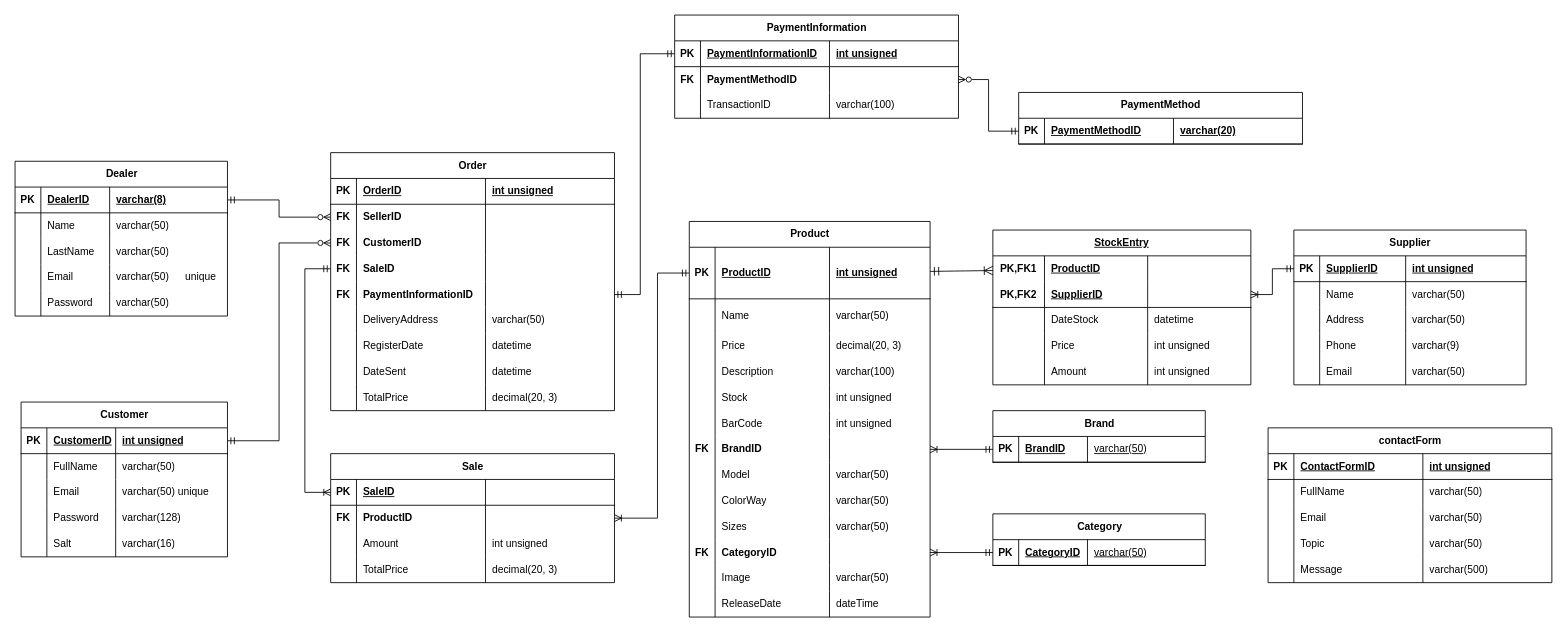
This is DataBase/thot.drawio from kurizuki/Minerva, a draw.io file, before an edit. Source tidied: cells renumbered, new cells numbered last; positions are measured from the earlier drawing's top-left corner, leaving out a move shared by most shapes. Both pictures are drawn from the tidied source at 86%, with x=0, y=0 at pixel (15, 15).
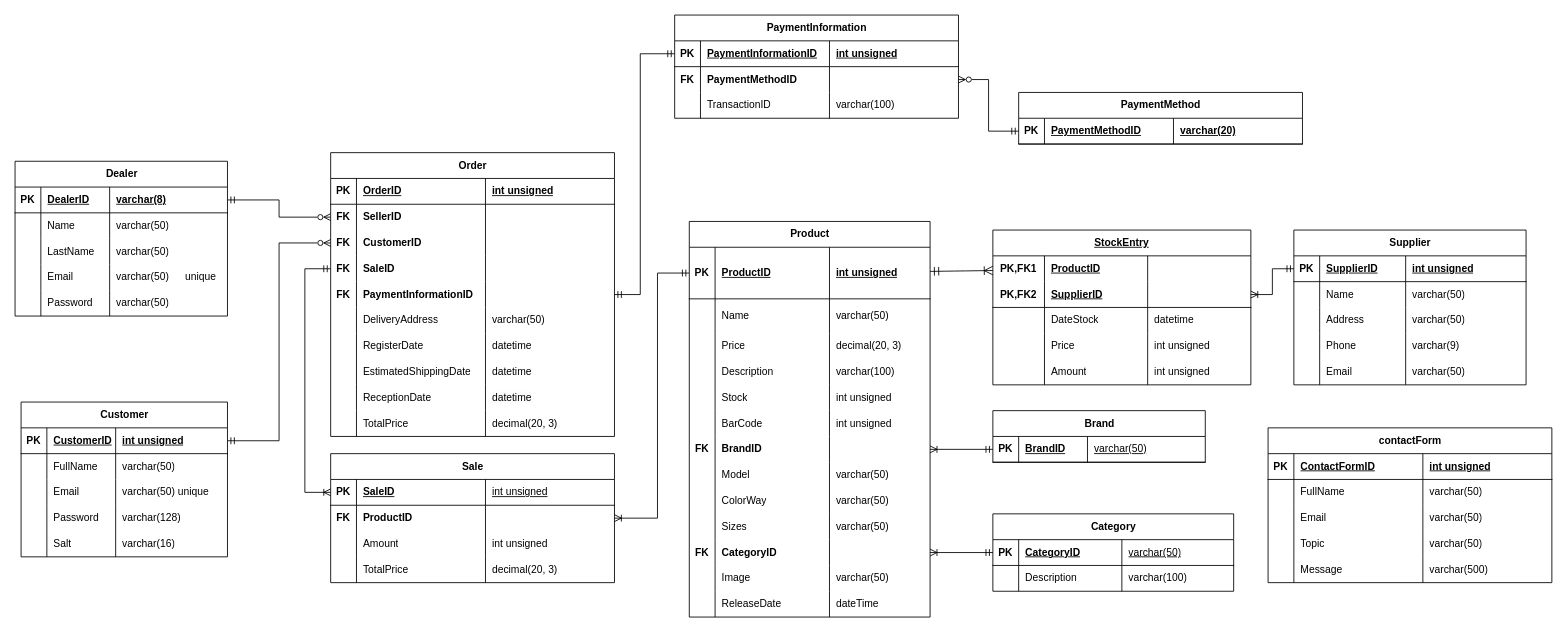
After the change.

Unchanged cells that the change refers to:
```xml
<mxCell id="43" style="shape=tableRow;horizontal=0;startSize=0;swimlaneHead=0;swimlaneBody=0;fillColor=none;points=[[0,0.5],[1,0.5]];portConstraint=eastwest;top=0;left=0;right=0;bottom=0;" parent="2" vertex="1">
  <mxGeometry y="370" width="280" height="30" as="geometry" />
</mxCell>
<mxCell id="147" style="shape=tableRow;horizontal=0;startSize=0;swimlaneHead=0;swimlaneBody=0;fillColor=none;top=0;left=0;right=0;bottom=0;" parent="118" vertex="1">
  <mxGeometry y="240" width="330" height="30" as="geometry" />
</mxCell>
<mxCell id="194" style="shape=tableRow;horizontal=0;startSize=0;swimlaneHead=0;swimlaneBody=0;fillColor=none;points=[[0,0.5],[1,0.5]];portConstraint=eastwest;top=0;left=0;right=0;bottom=1;" parent="193" vertex="1">
  <mxGeometry y="30" width="330" height="30" as="geometry" />
</mxCell>
```

What changed in the source:
```diff
@@
     <mxCell id="118" value="Order" style="shape=table;startSize=30;childLayout=tableLayout;rowLines=0;fontStyle=1;align=center;html=1;" parent="1" vertex="1">
-      <mxGeometry x="367" y="160" width="330" height="300" as="geometry" />
+      <mxGeometry x="367" y="160" width="330" height="330" as="geometry" />
     </mxCell>
@@
-    <mxCell id="149" value="&lt;span style=&quot;font-weight: 400;&quot;&gt;DateSent&lt;/span&gt;" style="shape=partialRectangle;fillColor=none;top=0;left=0;bottom=0;right=0;align=left;spacingLeft=6;overflow=hidden;whiteSpace=wrap;html=1;fontStyle=1;" parent="147" vertex="1">
+    <mxCell id="149" value="&lt;span style=&quot;font-weight: 400;&quot;&gt;EstimatedShippingDate&lt;/span&gt;" style="shape=partialRectangle;fillColor=none;top=0;left=0;bottom=0;right=0;align=left;spacingLeft=6;overflow=hidden;whiteSpace=wrap;html=1;fontStyle=1;" parent="147" vertex="1">
       <mxGeometry x="30" width="150" height="30" as="geometry" />
     </mxCell>
@@
+    <mxCell id="252" style="shape=tableRow;horizontal=0;startSize=0;swimlaneHead=0;swimlaneBody=0;fillColor=none;top=0;left=0;right=0;bottom=0;" parent="118" vertex="1">
+      <mxGeometry y="270" width="330" height="30" as="geometry" />
+    </mxCell>
+    <mxCell id="253" style="shape=partialRectangle;fillColor=none;top=0;left=0;bottom=0;right=0;overflow=hidden;whiteSpace=wrap;html=1;" parent="252" vertex="1">
+      <mxGeometry width="30" height="30" as="geometry" />
+    </mxCell>
+    <mxCell id="254" value="&lt;span style=&quot;font-weight: normal;&quot;&gt;ReceptionDate&lt;/span&gt;" style="shape=partialRectangle;fillColor=none;top=0;left=0;bottom=0;right=0;align=left;spacingLeft=6;overflow=hidden;whiteSpace=wrap;html=1;fontStyle=1;" parent="252" vertex="1">
+      <mxGeometry x="30" width="150" height="30" as="geometry" />
+    </mxCell>
+    <mxCell id="255" value="&lt;span style=&quot;color: rgb(0, 0, 0); font-family: Helvetica; font-size: 12px; font-style: normal; font-variant-ligatures: normal; font-variant-caps: normal; font-weight: 400; letter-spacing: normal; orphans: 2; text-align: left; text-indent: 0px; text-transform: none; widows: 2; word-spacing: 0px; -webkit-text-stroke-width: 0px; white-space: normal; background-color: rgb(251, 251, 251); text-decoration-thickness: initial; text-decoration-style: initial; text-decoration-color: initial; float: none; display: inline !important;&quot;&gt;datetime&lt;/span&gt;" style="shape=partialRectangle;fillColor=none;top=0;left=0;bottom=0;right=0;align=left;spacingLeft=6;overflow=hidden;whiteSpace=wrap;html=1;" parent="252" vertex="1">
+      <mxGeometry x="180" width="150" height="30" as="geometry" />
+    </mxCell>
     <mxCell id="151" style="shape=tableRow;horizontal=0;startSize=0;swimlaneHead=0;swimlaneBody=0;fillColor=none;top=0;left=0;right=0;bottom=0;" parent="118" vertex="1">
-      <mxGeometry y="270" width="330" height="30" as="geometry" />
+      <mxGeometry y="300" width="330" height="30" as="geometry" />
     </mxCell>
@@
-    <mxCell id="159" value="Category" style="shape=table;startSize=30;childLayout=tableLayout;rowLines=0;fontStyle=1;align=center;html=1;" parent="1" vertex="1">
-      <mxGeometry x="1137" y="580" width="247" height="60" as="geometry" />
-    </mxCell>
-    <mxCell id="160" style="shape=tableRow;horizontal=0;startSize=0;swimlaneHead=0;swimlaneBody=0;fillColor=none;points=[[0,0.5],[1,0.5]];portConstraint=eastwest;top=0;left=0;right=0;bottom=1;" parent="159" vertex="1">
-      <mxGeometry y="30" width="247" height="30" as="geometry" />
-    </mxCell>
-    <mxCell id="161" value="PK" style="shape=partialRectangle;fillColor=none;top=0;left=0;bottom=0;right=0;fontStyle=1;overflow=hidden;whiteSpace=wrap;html=1;" parent="160" vertex="1">
-      <mxGeometry width="30" height="30" as="geometry" />
-    </mxCell>
-    <mxCell id="162" value="CategoryID" style="shape=partialRectangle;fillColor=none;top=0;left=0;bottom=0;right=0;align=left;spacingLeft=6;fontStyle=5;overflow=hidden;whiteSpace=wrap;html=1;" parent="160" vertex="1">
-      <mxGeometry x="30" width="80" height="30" as="geometry" />
-    </mxCell>
-    <mxCell id="163" value="&lt;span style=&quot;font-weight: normal;&quot;&gt;varchar(50)&lt;/span&gt;" style="shape=partialRectangle;fillColor=none;top=0;left=0;bottom=0;right=0;align=left;spacingLeft=6;fontStyle=5;overflow=hidden;whiteSpace=wrap;html=1;" parent="160" vertex="1">
-      <mxGeometry x="110" width="137" height="30" as="geometry" />
-    </mxCell>
-    <mxCell id="164" style="edgeStyle=orthogonalEdgeStyle;rounded=0;jettySize=auto;html=1;endArrow=ERoneToMany;endFill=0;startArrow=ERmandOne;startFill=0;" parent="1" edge="1" source="160" target="43">
+    <mxCell id="164" style="edgeStyle=orthogonalEdgeStyle;rounded=0;jettySize=auto;html=1;endArrow=ERoneToMany;endFill=0;startArrow=ERmandOne;startFill=0;exitX=0;exitY=0.5;exitDx=0;exitDy=0;" parent="1" edge="1" source="256" target="43">
       <mxGeometry relative="1" as="geometry" />
     </mxCell>
@@
-    <mxCell id="197" style="shape=partialRectangle;fillColor=none;top=0;left=0;bottom=0;right=0;align=left;spacingLeft=6;fontStyle=5;overflow=hidden;whiteSpace=wrap;html=1;" parent="194" vertex="1">
+    <mxCell id="197" value="&lt;span style=&quot;font-weight: 400;&quot;&gt;int unsigned&lt;/span&gt;" style="shape=partialRectangle;fillColor=none;top=0;left=0;bottom=0;right=0;align=left;spacingLeft=6;fontStyle=5;overflow=hidden;whiteSpace=wrap;html=1;" parent="194" vertex="1">
       <mxGeometry x="180" width="150" height="30" as="geometry" />
     </mxCell>
@@
+    <mxCell id="159" value="Category" style="shape=table;startSize=30;childLayout=tableLayout;rowLines=0;fontStyle=1;align=center;html=1;" parent="1" vertex="1">
+      <mxGeometry x="1137" y="580" width="280" height="90" as="geometry" />
+    </mxCell>
+    <mxCell id="256" style="shape=tableRow;horizontal=0;startSize=0;swimlaneHead=0;swimlaneBody=0;fillColor=none;points=[[0,0.5],[1,0.5]];portConstraint=eastwest;top=0;left=0;right=0;bottom=1;" parent="159" vertex="1">
+      <mxGeometry y="30" width="280" height="30" as="geometry" />
+    </mxCell>
+    <mxCell id="161" value="PK" style="shape=partialRectangle;fillColor=none;top=0;left=0;bottom=0;right=0;fontStyle=1;overflow=hidden;whiteSpace=wrap;html=1;" parent="256" vertex="1">
+      <mxGeometry width="30" height="30" as="geometry" />
+    </mxCell>
+    <mxCell id="162" value="&lt;span style=&quot;text-align: center; text-wrap-mode: nowrap;&quot;&gt;CategoryID&lt;/span&gt;" style="shape=partialRectangle;fillColor=none;top=0;left=0;bottom=0;right=0;align=left;spacingLeft=6;fontStyle=5;overflow=hidden;whiteSpace=wrap;html=1;" parent="256" vertex="1">
+      <mxGeometry x="30" width="120" height="30" as="geometry" />
+    </mxCell>
+    <mxCell id="163" value="&lt;span style=&quot;font-weight: 400;&quot;&gt;varchar(50)&lt;/span&gt;" style="shape=partialRectangle;fillColor=none;top=0;left=0;bottom=0;right=0;align=left;spacingLeft=6;fontStyle=5;overflow=hidden;whiteSpace=wrap;html=1;" parent="256" vertex="1">
+      <mxGeometry x="150" width="130" height="30" as="geometry" />
+    </mxCell>
+    <mxCell id="257" style="shape=tableRow;horizontal=0;startSize=0;swimlaneHead=0;swimlaneBody=0;fillColor=none;top=0;left=0;right=0;bottom=0;" parent="159" vertex="1">
+      <mxGeometry y="60" width="280" height="30" as="geometry" />
+    </mxCell>
+    <mxCell id="258" style="shape=partialRectangle;fillColor=none;top=0;left=0;bottom=0;right=0;overflow=hidden;whiteSpace=wrap;html=1;" parent="257" vertex="1">
+      <mxGeometry width="30" height="30" as="geometry" />
+    </mxCell>
+    <mxCell id="259" value="Description&lt;span style=&quot;white-space: pre;&quot;&gt;&#9;&lt;/span&gt;&lt;span style=&quot;white-space: pre;&quot;&gt;&#9;&lt;/span&gt;&lt;span style=&quot;white-space: pre;&quot;&gt;&#9;&lt;/span&gt;" style="shape=partialRectangle;fillColor=none;top=0;left=0;bottom=0;right=0;align=left;spacingLeft=6;overflow=hidden;whiteSpace=wrap;html=1;" parent="257" vertex="1">
+      <mxGeometry x="30" width="120" height="30" as="geometry" />
+    </mxCell>
+    <mxCell id="260" value="varchar(100)" style="shape=partialRectangle;fillColor=none;top=0;left=0;bottom=0;right=0;align=left;spacingLeft=6;overflow=hidden;whiteSpace=wrap;html=1;" parent="257" vertex="1">
+      <mxGeometry x="150" width="130" height="30" as="geometry" />
+    </mxCell>
```
